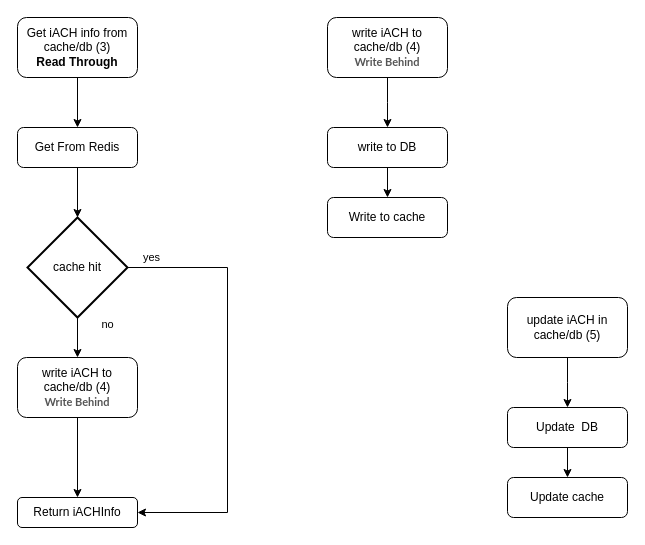
michaelchernitsky/test keeps this draw.io diagram as page "Page-2" (2 of 2) of Untitled Diagram.drawio. Above is the earlier version. Source tidied: cells renumbered, new cells numbered last; positions are measured from the earlier drawing's top-left corner, leaving out a move shared by most shapes. Both pictures are drawn from the tidied source at 100%, with x=0, y=0 at pixel (17, 17).
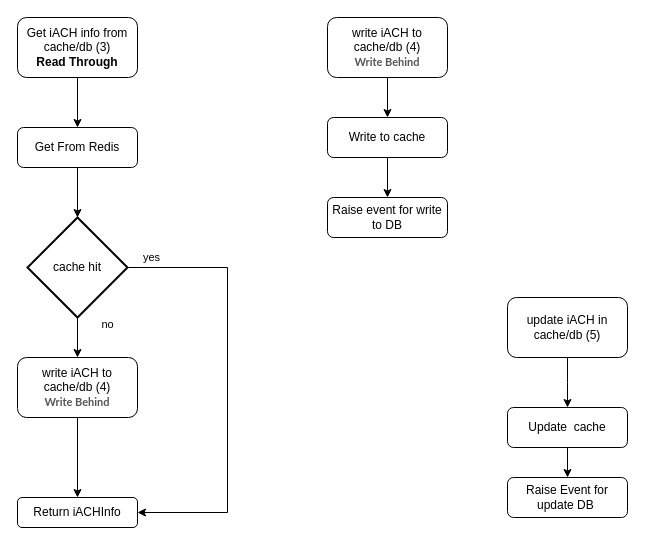
The same page after the edit.

Unchanged cells that the change refers to:
```xml
<mxCell id="13" value="write iACH to cache/db (4)&lt;br&gt;&lt;span style=&quot;font-size: 11px ; background-color: rgb(255 , 255 , 255) ; color: rgb(85 , 85 , 85) ; font-family: &amp;#34;lato&amp;#34; , &amp;#34;pingfang sc&amp;#34; , &amp;#34;microsoft yahei&amp;#34; , sans-serif ; text-align: justify&quot;&gt;&lt;b&gt;Write Behind&lt;/b&gt;&lt;/span&gt;" style="rounded=1;whiteSpace=wrap;html=1;" parent="1" vertex="1">
  <mxGeometry x="310" width="120" height="60" as="geometry" />
</mxCell>
```

The edit, as a diff of the source:
```diff
@@
-    <mxCell id="12" style="edgeStyle=orthogonalEdgeStyle;rounded=0;jettySize=auto;html=1;" parent="1" edge="1" source="13">
-      <mxGeometry relative="1" as="geometry">
-        <mxPoint x="370" y="110" as="targetPoint" />
-      </mxGeometry>
+    <mxCell id="12" style="edgeStyle=orthogonalEdgeStyle;rounded=0;jettySize=auto;html=1;entryX=0.5;entryY=0;entryDx=0;entryDy=0;" parent="1" edge="1" source="13" target="16">
+      <mxGeometry relative="1" as="geometry" />
     </mxCell>
@@
-    <mxCell id="14" style="edgeStyle=orthogonalEdgeStyle;rounded=0;jettySize=auto;html=1;" parent="1" edge="1" source="15" target="16">
-      <mxGeometry relative="1" as="geometry" />
-    </mxCell>
-    <mxCell id="15" value="write to DB" style="rounded=1;whiteSpace=wrap;html=1;" parent="1" vertex="1">
-      <mxGeometry x="310" y="110" width="120" height="40" as="geometry" />
+    <mxCell id="15" value="Raise event for write to DB" style="rounded=1;whiteSpace=wrap;html=1;" parent="1" vertex="1">
+      <mxGeometry x="310" y="180" width="120" height="40" as="geometry" />
     </mxCell>
+    <mxCell id="22" style="edgeStyle=orthogonalEdgeStyle;rounded=0;jettySize=auto;html=1;fontSize=11;" parent="1" edge="1" source="16" target="15">
+      <mxGeometry relative="1" as="geometry" />
+    </mxCell>
     <mxCell id="16" value="Write to cache" style="rounded=1;whiteSpace=wrap;html=1;" parent="1" vertex="1">
-      <mxGeometry x="310" y="180" width="120" height="40" as="geometry" />
+      <mxGeometry x="310" y="100" width="120" height="40" as="geometry" />
     </mxCell>
@@
-    <mxCell id="20" value="Update&amp;nbsp; DB" style="rounded=1;whiteSpace=wrap;html=1;" parent="1" vertex="1">
+    <mxCell id="20" value="Update&amp;nbsp; cache" style="rounded=1;whiteSpace=wrap;html=1;" parent="1" vertex="1">
       <mxGeometry x="490" y="390" width="120" height="40" as="geometry" />
     </mxCell>
-    <mxCell id="21" value="Update cache" style="rounded=1;whiteSpace=wrap;html=1;" parent="1" vertex="1">
+    <mxCell id="21" value="Raise Event for update DB&amp;nbsp;" style="rounded=1;whiteSpace=wrap;html=1;" parent="1" vertex="1">
       <mxGeometry x="490" y="460" width="120" height="40" as="geometry" />
     </mxCell>
```
